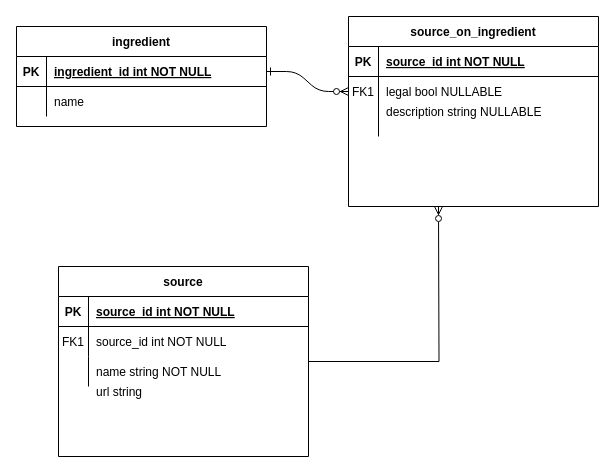
The draw.io diagram Untitled Diagram.drawio in dvnrsn/scd-scraper, before the edit. Source tidied: cells renumbered, new cells numbered last; positions are measured from the earlier drawing's top-left corner, leaving out a move shared by most shapes. Both pictures are drawn from the tidied source at 100%, with x=0, y=0 at pixel (16, 16).
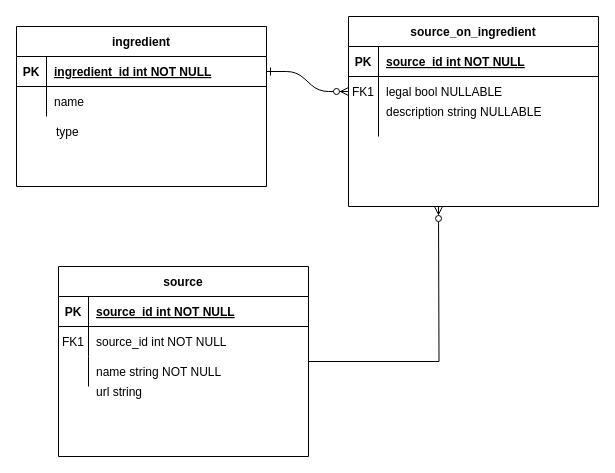
After the change.

The edit, as a diff of the source:
```diff
@@
     <mxCell id="13" value="ingredient" style="shape=table;startSize=30;childLayout=tableLayout;rowLines=0;fontStyle=1;align=center;" parent="1" vertex="1">
-      <mxGeometry y="10" width="250" height="100" as="geometry" />
+      <mxGeometry y="10" width="250" height="160" as="geometry" />
     </mxCell>
@@
+    <mxCell id="34" style="shape=partialRectangle;fillColor=none;top=0;left=0;right=0;bottom=0;" parent="1" vertex="1">
+      <mxGeometry x="2" y="100" width="250" height="30" as="geometry" />
+    </mxCell>
+    <mxCell id="35" style="shape=partialRectangle;overflow=hidden;fillColor=none;top=0;left=0;bottom=0;right=0;" parent="34" vertex="1">
+      <mxGeometry width="30" height="30" as="geometry" />
+    </mxCell>
+    <mxCell id="36" value="type" style="shape=partialRectangle;overflow=hidden;fillColor=none;top=0;left=0;bottom=0;right=0;align=left;spacingLeft=6;" parent="34" vertex="1">
+      <mxGeometry x="30" width="220" height="30" as="geometry" />
+    </mxCell>
```
